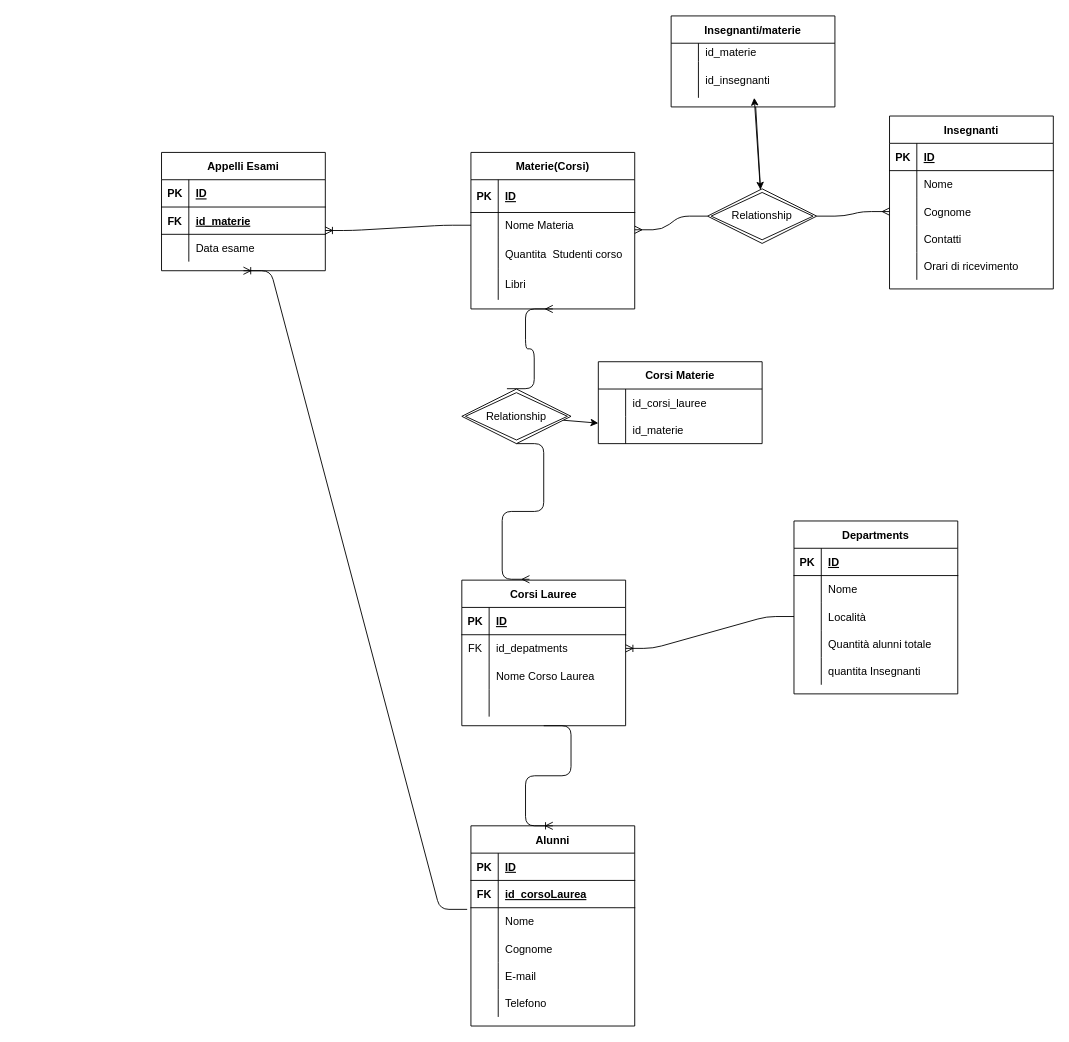
Above: relation.drawio in furvietto/db-university (draw.io), before the change. Source tidied: cells renumbered, new cells numbered last; positions are measured from the earlier drawing's top-left corner, leaving out a move shared by most shapes. Both pictures are drawn from the tidied source at 91%, with x=0, y=0 at pixel (161, 15).
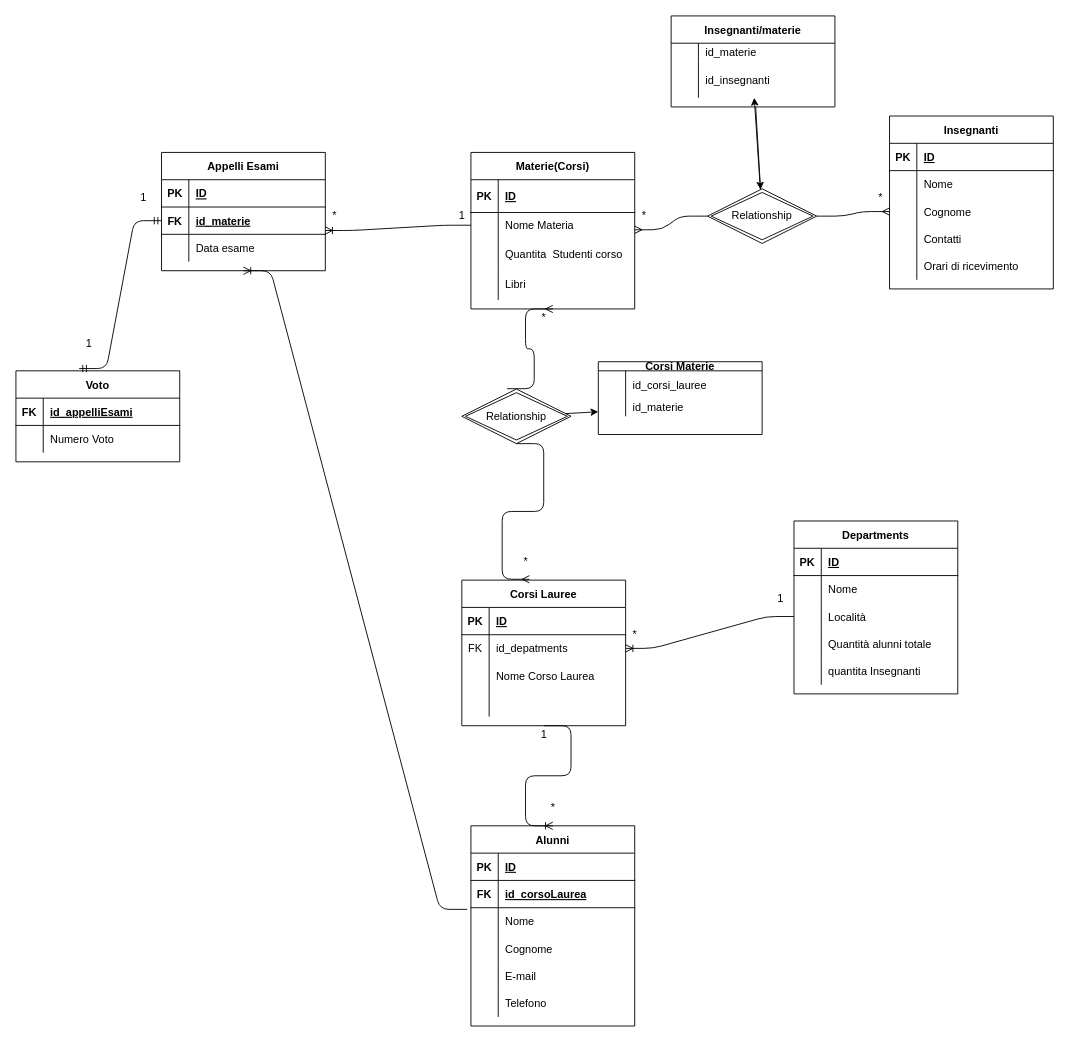
After the change.

Commit message (it also covers changes not shown here):
add vote and numbers to line

The change refers to these unchanged cells:
```xml
<mxCell id="108" style="shape=partialRectangle;fillColor=none;top=0;left=0;bottom=1;right=0;points=[[0,0.5],[1,0.5]];portConstraint=eastwest;" parent="104" vertex="1">
  <mxGeometry y="60" width="180" height="30" as="geometry" />
</mxCell>
```

Change to the diagram source:
```diff
@@
-    <mxCell id="66" value="Corsi Materie" style="shape=table;startSize=30;childLayout=tableLayout;rowLines=0;fontStyle=1;align=center;" parent="1" vertex="1">
-      <mxGeometry x="480" y="380" width="180" height="90" as="geometry" />
+    <mxCell id="66" value="Corsi Materie" style="shape=table;startSize=10;childLayout=tableLayout;rowLines=0;fontStyle=1;align=center;" parent="1" vertex="1">
+      <mxGeometry x="480" y="380" width="180" height="80" as="geometry" />
     </mxCell>
     <mxCell id="67" style="shape=partialRectangle;fillColor=none;top=0;left=0;bottom=0;right=0;" parent="66" vertex="1">
-      <mxGeometry y="30" width="180" height="30" as="geometry" />
+      <mxGeometry y="10" width="180" height="30" as="geometry" />
     </mxCell>
@@
     <mxCell id="70" style="shape=partialRectangle;fillColor=none;top=0;left=0;bottom=0;right=0;points=[[0,0.5],[1,0.5]];portConstraint=eastwest;" parent="66" vertex="1">
-      <mxGeometry y="60" width="180" height="30" as="geometry" />
+      <mxGeometry y="40" width="180" height="20" as="geometry" />
     </mxCell>
     <mxCell id="71" style="shape=partialRectangle;fillColor=none;top=0;left=0;bottom=0;right=0;overflow=hidden;" parent="70" vertex="1">
-      <mxGeometry width="30" height="30" as="geometry" />
+      <mxGeometry width="30" height="20" as="geometry" />
     </mxCell>
     <mxCell id="72" value="id_materie" style="shape=partialRectangle;fillColor=none;top=0;left=0;bottom=0;right=0;align=left;spacingLeft=6;overflow=hidden;" parent="70" vertex="1">
-      <mxGeometry x="30" width="150" height="30" as="geometry" />
+      <mxGeometry x="30" width="150" height="20" as="geometry" />
     </mxCell>
@@
+    <mxCell id="116" value="*" style="text;html=1;align=center;verticalAlign=middle;strokeColor=none;fillColor=none;" parent="1" vertex="1">
+      <mxGeometry x="780" y="190" width="20" height="20" as="geometry" />
+    </mxCell>
+    <mxCell id="117" value="*" style="text;html=1;align=center;verticalAlign=middle;strokeColor=none;fillColor=none;" parent="1" vertex="1">
+      <mxGeometry x="520" y="210" width="20" height="20" as="geometry" />
+    </mxCell>
+    <mxCell id="118" value="*" style="text;html=1;align=center;verticalAlign=middle;strokeColor=none;fillColor=none;" parent="1" vertex="1">
+      <mxGeometry x="410" y="322" width="20" height="20" as="geometry" />
+    </mxCell>
+    <mxCell id="119" value="*" style="text;html=1;align=center;verticalAlign=middle;strokeColor=none;fillColor=none;" parent="1" vertex="1">
+      <mxGeometry x="390" y="590" width="20" height="20" as="geometry" />
+    </mxCell>
+    <mxCell id="120" value="1" style="text;html=1;align=center;verticalAlign=middle;strokeColor=none;fillColor=none;" parent="1" vertex="1">
+      <mxGeometry x="670" y="630" width="20" height="20" as="geometry" />
+    </mxCell>
+    <mxCell id="121" value="*" style="text;html=1;align=center;verticalAlign=middle;strokeColor=none;fillColor=none;" parent="1" vertex="1">
+      <mxGeometry x="510" y="670" width="20" height="20" as="geometry" />
+    </mxCell>
+    <mxCell id="122" value="1" style="text;html=1;align=center;verticalAlign=middle;strokeColor=none;fillColor=none;" parent="1" vertex="1">
+      <mxGeometry x="410" y="780" width="20" height="20" as="geometry" />
+    </mxCell>
+    <mxCell id="123" value="*" style="text;html=1;align=center;verticalAlign=middle;strokeColor=none;fillColor=none;" parent="1" vertex="1">
+      <mxGeometry x="420" y="860" width="20" height="20" as="geometry" />
+    </mxCell>
+    <mxCell id="124" value="*" style="text;html=1;align=center;verticalAlign=middle;strokeColor=none;fillColor=none;" parent="1" vertex="1">
+      <mxGeometry x="180" y="210" width="20" height="20" as="geometry" />
+    </mxCell>
+    <mxCell id="125" value="1" style="text;html=1;align=center;verticalAlign=middle;strokeColor=none;fillColor=none;" parent="1" vertex="1">
+      <mxGeometry x="320" y="210" width="20" height="20" as="geometry" />
+    </mxCell>
+    <mxCell id="126" value="Voto" style="shape=table;startSize=30;childLayout=tableLayout;rowLines=0;fontStyle=1;align=center;" parent="1" vertex="1">
+      <mxGeometry x="-160" y="390" width="180" height="100" as="geometry" />
+    </mxCell>
+    <mxCell id="127" style="shape=partialRectangle;fillColor=none;top=0;left=0;bottom=1;right=0;" parent="126" vertex="1">
+      <mxGeometry y="30" width="180" height="30" as="geometry" />
+    </mxCell>
+    <mxCell id="128" value="FK" style="shape=partialRectangle;fillColor=none;top=0;left=0;bottom=0;right=0;fontStyle=1;overflow=hidden;" parent="127" vertex="1">
+      <mxGeometry width="30" height="30" as="geometry" />
+    </mxCell>
+    <mxCell id="129" value="id_appelliEsami" style="shape=partialRectangle;fillColor=none;top=0;left=0;bottom=0;right=0;align=left;spacingLeft=6;fontStyle=5;overflow=hidden;" parent="127" vertex="1">
+      <mxGeometry x="30" width="150" height="30" as="geometry" />
+    </mxCell>
+    <mxCell id="130" style="shape=partialRectangle;fillColor=none;top=0;left=0;bottom=0;right=0;" parent="126" vertex="1">
+      <mxGeometry y="60" width="180" height="30" as="geometry" />
+    </mxCell>
+    <mxCell id="131" style="shape=partialRectangle;fillColor=none;top=0;left=0;bottom=0;right=0;overflow=hidden;" parent="130" vertex="1">
+      <mxGeometry width="30" height="30" as="geometry" />
+    </mxCell>
+    <mxCell id="132" value="Numero Voto" style="shape=partialRectangle;fillColor=none;top=0;left=0;bottom=0;right=0;align=left;spacingLeft=6;overflow=hidden;" parent="130" vertex="1">
+      <mxGeometry x="30" width="150" height="30" as="geometry" />
+    </mxCell>
+    <mxCell id="133" style="edgeStyle=entityRelationEdgeStyle;fontSize=12;html=1;endArrow=ERmandOne;startArrow=ERmandOne;exitX=0.386;exitY=-0.025;exitDx=0;exitDy=0;exitPerimeter=0;entryX=0;entryY=0.5;entryDx=0;entryDy=0;" parent="1" edge="1" source="126" target="108">
+      <mxGeometry relative="1" as="geometry" />
+    </mxCell>
+    <mxCell id="134" value="1" style="text;html=1;align=center;verticalAlign=middle;strokeColor=none;fillColor=none;" parent="1" vertex="1">
+      <mxGeometry x="-30" y="190" width="20" height="20" as="geometry" />
+    </mxCell>
+    <mxCell id="135" value="1" style="text;html=1;align=center;verticalAlign=middle;strokeColor=none;fillColor=none;" parent="1" vertex="1">
+      <mxGeometry x="-90" y="350" width="20" height="20" as="geometry" />
+    </mxCell>
```
